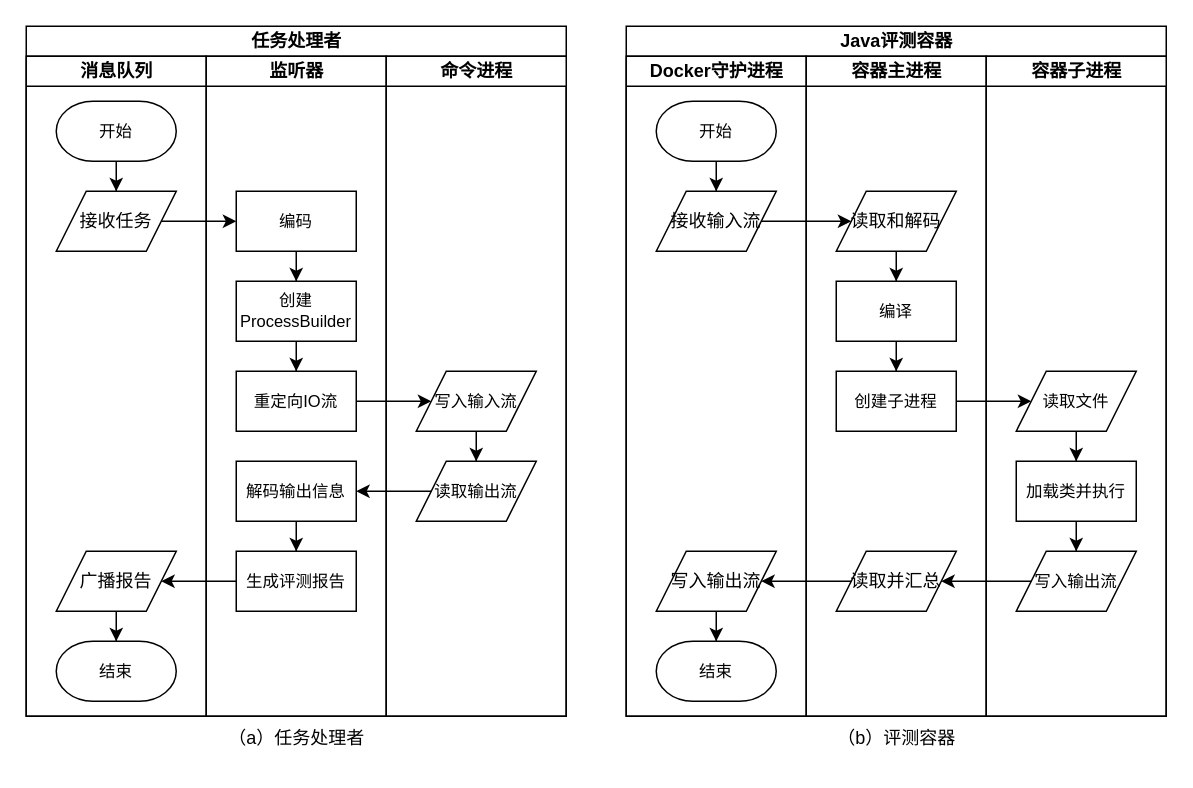
Above: page "第 5 页" (7 of 9) of 程序流程图.drawio in 2302680972/lighteny_diagrams (draw.io), before the change. Source tidied: cells renumbered, new cells numbered last; positions are measured from the earlier drawing's top-left corner, leaving out a move shared by most shapes. Both pictures are drawn from the tidied source at 150%, with x=0, y=0 at pixel (26, 26).
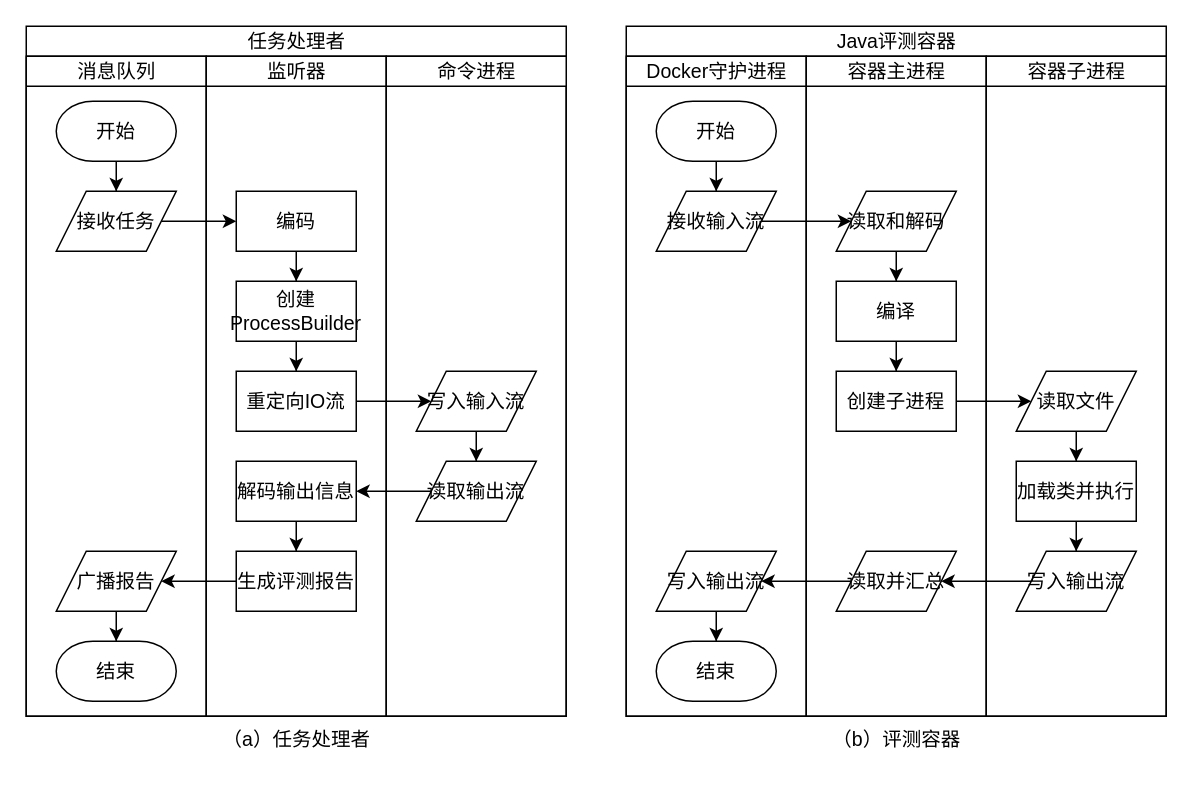
After the change.

Commit message (it also covers changes not shown here):
更新程序流程图.drawio

The edit, as a diff of the source:
```diff
@@
-    <mxCell id="2" value="任务处理者" style="swimlane;startSize=20;html=1;" parent="1" vertex="1">
+    <mxCell id="2" value="任务处理者" style="swimlane;startSize=20;html=1;fontFamily=宋体;fontSize=13;fontStyle=0;" parent="1" vertex="1">
       <mxGeometry width="360" height="460" as="geometry" />
     </mxCell>
-    <mxCell id="3" value="消息队列" style="swimlane;startSize=20;html=1;" parent="2" vertex="1">
+    <mxCell id="3" value="消息队列" style="swimlane;startSize=20;html=1;fontFamily=宋体;fontSize=13;fontStyle=0;" parent="2" vertex="1">
       <mxGeometry y="20" width="120" height="440" as="geometry" />
     </mxCell>
-    <mxCell id="4" style="edgeStyle=orthogonalEdgeStyle;rounded=0;jettySize=auto;html=1;" parent="3" edge="1" source="5" target="6">
+    <mxCell id="4" style="edgeStyle=orthogonalEdgeStyle;rounded=0;jettySize=auto;html=1;fontFamily=宋体;fontSize=13;fontStyle=0;" parent="3" edge="1" source="5" target="6">
       <mxGeometry relative="1" as="geometry" />
     </mxCell>
-    <mxCell id="5" value="开始" style="strokeWidth=1;html=1;shape=mxgraph.flowchart.terminator;whiteSpace=wrap;fontSize=11;" parent="3" vertex="1">
+    <mxCell id="5" value="开始" style="strokeWidth=1;html=1;shape=mxgraph.flowchart.terminator;whiteSpace=wrap;fontSize=13;fontFamily=宋体;fontStyle=0;" parent="3" vertex="1">
       <mxGeometry x="20" y="30" width="80" height="40" as="geometry" />
     </mxCell>
-    <mxCell id="6" value="接收任务" style="shape=parallelogram;perimeter=parallelogramPerimeter;whiteSpace=wrap;html=1;fixedSize=1;" parent="3" vertex="1">
+    <mxCell id="6" value="接收任务" style="shape=parallelogram;perimeter=parallelogramPerimeter;whiteSpace=wrap;html=1;fixedSize=1;fontFamily=宋体;fontSize=13;fontStyle=0;" parent="3" vertex="1">
       <mxGeometry x="20" y="90" width="80" height="40" as="geometry" />
     </mxCell>
-    <mxCell id="7" style="edgeStyle=orthogonalEdgeStyle;rounded=0;jettySize=auto;html=1;" parent="3" edge="1" source="8" target="9">
+    <mxCell id="7" style="edgeStyle=orthogonalEdgeStyle;rounded=0;jettySize=auto;html=1;fontFamily=宋体;fontSize=13;fontStyle=0;" parent="3" edge="1" source="8" target="9">
       <mxGeometry relative="1" as="geometry" />
     </mxCell>
-    <mxCell id="8" value="广播报告" style="shape=parallelogram;perimeter=parallelogramPerimeter;whiteSpace=wrap;html=1;fixedSize=1;" parent="3" vertex="1">
+    <mxCell id="8" value="广播报告" style="shape=parallelogram;perimeter=parallelogramPerimeter;whiteSpace=wrap;html=1;fixedSize=1;fontFamily=宋体;fontSize=13;fontStyle=0;" parent="3" vertex="1">
       <mxGeometry x="20" y="330" width="80" height="40" as="geometry" />
     </mxCell>
-    <mxCell id="9" value="结束" style="strokeWidth=1;html=1;shape=mxgraph.flowchart.terminator;whiteSpace=wrap;fontSize=11;" parent="3" vertex="1">
+    <mxCell id="9" value="结束" style="strokeWidth=1;html=1;shape=mxgraph.flowchart.terminator;whiteSpace=wrap;fontSize=13;fontFamily=宋体;fontStyle=0;" parent="3" vertex="1">
       <mxGeometry x="20" y="390" width="80" height="40" as="geometry" />
     </mxCell>
-    <mxCell id="10" value="监听器" style="swimlane;startSize=20;html=1;" parent="2" vertex="1">
+    <mxCell id="10" value="监听器" style="swimlane;startSize=20;html=1;fontFamily=宋体;fontSize=13;fontStyle=0;" parent="2" vertex="1">
       <mxGeometry x="120" y="20" width="120" height="440" as="geometry" />
     </mxCell>
-    <mxCell id="11" value="编码" style="rounded=0;whiteSpace=wrap;html=1;strokeWidth=1;fontSize=11;" parent="10" vertex="1">
+    <mxCell id="11" value="编码" style="rounded=0;whiteSpace=wrap;html=1;strokeWidth=1;fontSize=13;fontFamily=宋体;fontStyle=0;" parent="10" vertex="1">
       <mxGeometry x="20" y="90" width="80" height="40" as="geometry" />
     </mxCell>
-    <mxCell id="12" value="创建ProcessBuilder" style="rounded=0;whiteSpace=wrap;html=1;strokeWidth=1;fontSize=11;" parent="10" vertex="1">
+    <mxCell id="12" value="创建ProcessBuilder" style="rounded=0;whiteSpace=wrap;html=1;strokeWidth=1;fontSize=13;fontFamily=宋体;fontStyle=0;" parent="10" vertex="1">
       <mxGeometry x="20" y="150" width="80" height="40" as="geometry" />
     </mxCell>
-    <mxCell id="13" style="edgeStyle=orthogonalEdgeStyle;rounded=0;jettySize=auto;html=1;strokeWidth=1;fontSize=11;" parent="10" edge="1" source="11" target="12">
+    <mxCell id="13" style="edgeStyle=orthogonalEdgeStyle;rounded=0;jettySize=auto;html=1;strokeWidth=1;fontSize=13;fontFamily=宋体;fontStyle=0;" parent="10" edge="1" source="11" target="12">
       <mxGeometry relative="1" as="geometry" />
     </mxCell>
-    <mxCell id="14" value="重定向IO流" style="rounded=0;whiteSpace=wrap;html=1;strokeWidth=1;fontSize=11;" parent="10" vertex="1">
+    <mxCell id="14" value="重定向IO流" style="rounded=0;whiteSpace=wrap;html=1;strokeWidth=1;fontSize=13;fontFamily=宋体;fontStyle=0;" parent="10" vertex="1">
       <mxGeometry x="20" y="210" width="80" height="40" as="geometry" />
     </mxCell>
-    <mxCell id="15" style="edgeStyle=orthogonalEdgeStyle;rounded=0;jettySize=auto;html=1;strokeWidth=1;fontSize=11;" parent="10" edge="1" source="12" target="14">
+    <mxCell id="15" style="edgeStyle=orthogonalEdgeStyle;rounded=0;jettySize=auto;html=1;strokeWidth=1;fontSize=13;fontFamily=宋体;fontStyle=0;" parent="10" edge="1" source="12" target="14">
       <mxGeometry relative="1" as="geometry" />
     </mxCell>
-    <mxCell id="16" style="edgeStyle=orthogonalEdgeStyle;rounded=0;jettySize=auto;html=1;" parent="10" edge="1" source="17" target="18">
+    <mxCell id="16" style="edgeStyle=orthogonalEdgeStyle;rounded=0;jettySize=auto;html=1;fontFamily=宋体;fontSize=13;fontStyle=0;" parent="10" edge="1" source="17" target="18">
       <mxGeometry relative="1" as="geometry" />
     </mxCell>
-    <mxCell id="17" value="解码输出信息" style="rounded=0;whiteSpace=wrap;html=1;strokeWidth=1;fontSize=11;" parent="10" vertex="1">
+    <mxCell id="17" value="解码输出信息" style="rounded=0;whiteSpace=wrap;html=1;strokeWidth=1;fontSize=13;fontFamily=宋体;fontStyle=0;" parent="10" vertex="1">
       <mxGeometry x="20" y="270" width="80" height="40" as="geometry" />
     </mxCell>
-    <mxCell id="18" value="生成评测报告" style="rounded=0;whiteSpace=wrap;html=1;strokeWidth=1;fontSize=11;" parent="10" vertex="1">
+    <mxCell id="18" value="生成评测报告" style="rounded=0;whiteSpace=wrap;html=1;strokeWidth=1;fontSize=13;fontFamily=宋体;fontStyle=0;" parent="10" vertex="1">
       <mxGeometry x="20" y="330" width="80" height="40" as="geometry" />
     </mxCell>
-    <mxCell id="19" value="命令进程" style="swimlane;startSize=20;html=1;" parent="2" vertex="1">
+    <mxCell id="19" value="命令进程" style="swimlane;startSize=20;html=1;fontFamily=宋体;fontSize=13;fontStyle=0;" parent="2" vertex="1">
       <mxGeometry x="240" y="20" width="120" height="440" as="geometry" />
     </mxCell>
-    <mxCell id="20" style="edgeStyle=orthogonalEdgeStyle;rounded=0;jettySize=auto;html=1;" parent="19" edge="1" source="21" target="22">
+    <mxCell id="20" style="edgeStyle=orthogonalEdgeStyle;rounded=0;jettySize=auto;html=1;fontFamily=宋体;fontSize=13;fontStyle=0;" parent="19" edge="1" source="21" target="22">
       <mxGeometry relative="1" as="geometry" />
     </mxCell>
-    <mxCell id="21" value="写入输入流" style="shape=parallelogram;perimeter=parallelogramPerimeter;whiteSpace=wrap;html=1;fixedSize=1;strokeWidth=1;fontSize=11;" parent="19" vertex="1">
+    <mxCell id="21" value="写入输入流" style="shape=parallelogram;perimeter=parallelogramPerimeter;whiteSpace=wrap;html=1;fixedSize=1;strokeWidth=1;fontSize=13;fontFamily=宋体;fontStyle=0;" parent="19" vertex="1">
       <mxGeometry x="20" y="210" width="80" height="40" as="geometry" />
     </mxCell>
-    <mxCell id="22" value="读取输出流" style="shape=parallelogram;perimeter=parallelogramPerimeter;whiteSpace=wrap;html=1;fixedSize=1;strokeWidth=1;fontSize=11;" parent="19" vertex="1">
+    <mxCell id="22" value="读取输出流" style="shape=parallelogram;perimeter=parallelogramPerimeter;whiteSpace=wrap;html=1;fixedSize=1;strokeWidth=1;fontSize=13;fontFamily=宋体;fontStyle=0;" parent="19" vertex="1">
       <mxGeometry x="20" y="270" width="80" height="40" as="geometry" />
     </mxCell>
-    <mxCell id="23" style="edgeStyle=orthogonalEdgeStyle;rounded=0;jettySize=auto;html=1;strokeWidth=1;fontSize=11;" parent="2" edge="1" source="6" target="11">
+    <mxCell id="23" style="edgeStyle=orthogonalEdgeStyle;rounded=0;jettySize=auto;html=1;strokeWidth=1;fontSize=13;fontFamily=宋体;fontStyle=0;" parent="2" edge="1" source="6" target="11">
       <mxGeometry relative="1" as="geometry" />
     </mxCell>
-    <mxCell id="24" style="edgeStyle=orthogonalEdgeStyle;rounded=0;jettySize=auto;html=1;" parent="2" edge="1" source="14" target="21">
+    <mxCell id="24" style="edgeStyle=orthogonalEdgeStyle;rounded=0;jettySize=auto;html=1;fontFamily=宋体;fontSize=13;fontStyle=0;" parent="2" edge="1" source="14" target="21">
       <mxGeometry relative="1" as="geometry" />
     </mxCell>
-    <mxCell id="25" style="edgeStyle=orthogonalEdgeStyle;rounded=0;jettySize=auto;html=1;" parent="2" edge="1" source="22" target="17">
+    <mxCell id="25" style="edgeStyle=orthogonalEdgeStyle;rounded=0;jettySize=auto;html=1;fontFamily=宋体;fontSize=13;fontStyle=0;" parent="2" edge="1" source="22" target="17">
       <mxGeometry relative="1" as="geometry" />
     </mxCell>
-    <mxCell id="26" style="edgeStyle=orthogonalEdgeStyle;rounded=0;jettySize=auto;html=1;" parent="2" edge="1" source="18" target="8">
+    <mxCell id="26" style="edgeStyle=orthogonalEdgeStyle;rounded=0;jettySize=auto;html=1;fontFamily=宋体;fontSize=13;fontStyle=0;" parent="2" edge="1" source="18" target="8">
       <mxGeometry relative="1" as="geometry" />
     </mxCell>
-    <mxCell id="27" value="Java评测容器" style="swimlane;startSize=20;html=1;" parent="1" vertex="1">
+    <mxCell id="27" value="Java评测容器" style="swimlane;startSize=20;html=1;fontFamily=宋体;fontSize=13;fontStyle=0;" parent="1" vertex="1">
       <mxGeometry x="400" width="360" height="460" as="geometry" />
     </mxCell>
-    <mxCell id="28" value="Docker守护进程" style="swimlane;startSize=20;html=1;" parent="27" vertex="1">
+    <mxCell id="28" value="Docker守护进程" style="swimlane;startSize=20;html=1;fontFamily=宋体;fontSize=13;fontStyle=0;" parent="27" vertex="1">
       <mxGeometry y="20" width="120" height="440" as="geometry" />
     </mxCell>
-    <mxCell id="29" style="edgeStyle=orthogonalEdgeStyle;rounded=0;jettySize=auto;html=1;" parent="28" edge="1" source="30" target="31">
+    <mxCell id="29" style="edgeStyle=orthogonalEdgeStyle;rounded=0;jettySize=auto;html=1;fontFamily=宋体;fontSize=13;fontStyle=0;" parent="28" edge="1" source="30" target="31">
       <mxGeometry relative="1" as="geometry" />
     </mxCell>
-    <mxCell id="30" value="开始" style="strokeWidth=1;html=1;shape=mxgraph.flowchart.terminator;whiteSpace=wrap;fontSize=11;" parent="28" vertex="1">
+    <mxCell id="30" value="开始" style="strokeWidth=1;html=1;shape=mxgraph.flowchart.terminator;whiteSpace=wrap;fontSize=13;fontFamily=宋体;fontStyle=0;" parent="28" vertex="1">
       <mxGeometry x="20" y="30" width="80" height="40" as="geometry" />
     </mxCell>
-    <mxCell id="31" value="接收输入流" style="shape=parallelogram;perimeter=parallelogramPerimeter;whiteSpace=wrap;html=1;fixedSize=1;" parent="28" vertex="1">
+    <mxCell id="31" value="接收输入流" style="shape=parallelogram;perimeter=parallelogramPerimeter;whiteSpace=wrap;html=1;fixedSize=1;fontFamily=宋体;fontSize=13;fontStyle=0;" parent="28" vertex="1">
       <mxGeometry x="20" y="90" width="80" height="40" as="geometry" />
     </mxCell>
-    <mxCell id="32" style="edgeStyle=orthogonalEdgeStyle;rounded=0;jettySize=auto;html=1;" parent="28" edge="1" source="33" target="34">
+    <mxCell id="32" style="edgeStyle=orthogonalEdgeStyle;rounded=0;jettySize=auto;html=1;fontFamily=宋体;fontSize=13;fontStyle=0;" parent="28" edge="1" source="33" target="34">
       <mxGeometry relative="1" as="geometry" />
     </mxCell>
-    <mxCell id="33" value="写入输出流" style="shape=parallelogram;perimeter=parallelogramPerimeter;whiteSpace=wrap;html=1;fixedSize=1;" parent="28" vertex="1">
+    <mxCell id="33" value="写入输出流" style="shape=parallelogram;perimeter=parallelogramPerimeter;whiteSpace=wrap;html=1;fixedSize=1;fontFamily=宋体;fontSize=13;fontStyle=0;" parent="28" vertex="1">
       <mxGeometry x="20" y="330" width="80" height="40" as="geometry" />
     </mxCell>
-    <mxCell id="34" value="结束" style="strokeWidth=1;html=1;shape=mxgraph.flowchart.terminator;whiteSpace=wrap;fontSize=11;" parent="28" vertex="1">
+    <mxCell id="34" value="结束" style="strokeWidth=1;html=1;shape=mxgraph.flowchart.terminator;whiteSpace=wrap;fontSize=13;fontFamily=宋体;fontStyle=0;" parent="28" vertex="1">
       <mxGeometry x="20" y="390" width="80" height="40" as="geometry" />
     </mxCell>
-    <mxCell id="35" value="容器主进程" style="swimlane;startSize=20;html=1;" parent="27" vertex="1">
+    <mxCell id="35" value="容器主进程" style="swimlane;startSize=20;html=1;fontFamily=宋体;fontSize=13;fontStyle=0;" parent="27" vertex="1">
       <mxGeometry x="120" y="20" width="120" height="440" as="geometry" />
     </mxCell>
-    <mxCell id="36" value="编译" style="rounded=0;whiteSpace=wrap;html=1;strokeWidth=1;fontSize=11;" parent="35" vertex="1">
+    <mxCell id="36" value="编译" style="rounded=0;whiteSpace=wrap;html=1;strokeWidth=1;fontSize=13;fontFamily=宋体;fontStyle=0;" parent="35" vertex="1">
       <mxGeometry x="20" y="150" width="80" height="40" as="geometry" />
     </mxCell>
-    <mxCell id="37" value="创建子进程" style="rounded=0;whiteSpace=wrap;html=1;strokeWidth=1;fontSize=11;" parent="35" vertex="1">
+    <mxCell id="37" value="创建子进程" style="rounded=0;whiteSpace=wrap;html=1;strokeWidth=1;fontSize=13;fontFamily=宋体;fontStyle=0;" parent="35" vertex="1">
       <mxGeometry x="20" y="210" width="80" height="40" as="geometry" />
     </mxCell>
-    <mxCell id="38" style="edgeStyle=orthogonalEdgeStyle;rounded=0;jettySize=auto;html=1;strokeWidth=1;fontSize=11;" parent="35" edge="1" source="36" target="37">
+    <mxCell id="38" style="edgeStyle=orthogonalEdgeStyle;rounded=0;jettySize=auto;html=1;strokeWidth=1;fontSize=13;fontFamily=宋体;fontStyle=0;" parent="35" edge="1" source="36" target="37">
       <mxGeometry relative="1" as="geometry" />
     </mxCell>
-    <mxCell id="39" style="edgeStyle=orthogonalEdgeStyle;rounded=0;jettySize=auto;html=1;" parent="35" edge="1" source="40" target="36">
+    <mxCell id="39" style="edgeStyle=orthogonalEdgeStyle;rounded=0;jettySize=auto;html=1;fontFamily=宋体;fontSize=13;fontStyle=0;" parent="35" edge="1" source="40" target="36">
       <mxGeometry relative="1" as="geometry" />
     </mxCell>
-    <mxCell id="40" value="读取和解码" style="shape=parallelogram;perimeter=parallelogramPerimeter;whiteSpace=wrap;html=1;fixedSize=1;" parent="35" vertex="1">
+    <mxCell id="40" value="读取和解码" style="shape=parallelogram;perimeter=parallelogramPerimeter;whiteSpace=wrap;html=1;fixedSize=1;fontFamily=宋体;fontSize=13;fontStyle=0;" parent="35" vertex="1">
       <mxGeometry x="20" y="90" width="80" height="40" as="geometry" />
     </mxCell>
-    <mxCell id="41" value="读取并汇总" style="shape=parallelogram;perimeter=parallelogramPerimeter;whiteSpace=wrap;html=1;fixedSize=1;" parent="35" vertex="1">
+    <mxCell id="41" value="读取并汇总" style="shape=parallelogram;perimeter=parallelogramPerimeter;whiteSpace=wrap;html=1;fixedSize=1;fontFamily=宋体;fontSize=13;fontStyle=0;" parent="35" vertex="1">
       <mxGeometry x="20" y="330" width="80" height="40" as="geometry" />
     </mxCell>
-    <mxCell id="42" value="容器子进程" style="swimlane;startSize=20;html=1;" parent="27" vertex="1">
+    <mxCell id="42" value="容器子进程" style="swimlane;startSize=20;html=1;fontFamily=宋体;fontSize=13;fontStyle=0;" parent="27" vertex="1">
       <mxGeometry x="240" y="20" width="120" height="440" as="geometry" />
     </mxCell>
-    <mxCell id="43" style="edgeStyle=orthogonalEdgeStyle;rounded=0;jettySize=auto;html=1;" parent="42" edge="1" source="44" target="47">
+    <mxCell id="43" style="edgeStyle=orthogonalEdgeStyle;rounded=0;jettySize=auto;html=1;fontFamily=宋体;fontSize=13;fontStyle=0;" parent="42" edge="1" source="44" target="47">
       <mxGeometry relative="1" as="geometry" />
     </mxCell>
-    <mxCell id="44" value="读取文件" style="shape=parallelogram;perimeter=parallelogramPerimeter;whiteSpace=wrap;html=1;fixedSize=1;strokeWidth=1;fontSize=11;" parent="42" vertex="1">
+    <mxCell id="44" value="读取文件" style="shape=parallelogram;perimeter=parallelogramPerimeter;whiteSpace=wrap;html=1;fixedSize=1;strokeWidth=1;fontSize=13;fontFamily=宋体;fontStyle=0;" parent="42" vertex="1">
       <mxGeometry x="20" y="210" width="80" height="40" as="geometry" />
     </mxCell>
-    <mxCell id="45" value="写入输出流" style="shape=parallelogram;perimeter=parallelogramPerimeter;whiteSpace=wrap;html=1;fixedSize=1;strokeWidth=1;fontSize=11;" parent="42" vertex="1">
+    <mxCell id="45" value="写入输出流" style="shape=parallelogram;perimeter=parallelogramPerimeter;whiteSpace=wrap;html=1;fixedSize=1;strokeWidth=1;fontSize=13;fontFamily=宋体;fontStyle=0;" parent="42" vertex="1">
       <mxGeometry x="20" y="330" width="80" height="40" as="geometry" />
     </mxCell>
-    <mxCell id="46" style="edgeStyle=orthogonalEdgeStyle;rounded=0;jettySize=auto;html=1;" parent="42" edge="1" source="47" target="45">
+    <mxCell id="46" style="edgeStyle=orthogonalEdgeStyle;rounded=0;jettySize=auto;html=1;fontFamily=宋体;fontSize=13;fontStyle=0;" parent="42" edge="1" source="47" target="45">
       <mxGeometry relative="1" as="geometry" />
     </mxCell>
-    <mxCell id="47" value="加载类并执行" style="rounded=0;whiteSpace=wrap;html=1;strokeWidth=1;fontSize=11;" parent="42" vertex="1">
+    <mxCell id="47" value="加载类并执行" style="rounded=0;whiteSpace=wrap;html=1;strokeWidth=1;fontSize=13;fontFamily=宋体;fontStyle=0;" parent="42" vertex="1">
       <mxGeometry x="20" y="270" width="80" height="40" as="geometry" />
     </mxCell>
-    <mxCell id="48" style="edgeStyle=orthogonalEdgeStyle;rounded=0;jettySize=auto;html=1;" parent="27" edge="1" source="37" target="44">
+    <mxCell id="48" style="edgeStyle=orthogonalEdgeStyle;rounded=0;jettySize=auto;html=1;fontFamily=宋体;fontSize=13;fontStyle=0;" parent="27" edge="1" source="37" target="44">
       <mxGeometry relative="1" as="geometry" />
     </mxCell>
-    <mxCell id="49" style="edgeStyle=orthogonalEdgeStyle;rounded=0;jettySize=auto;html=1;" parent="27" edge="1" source="31" target="40">
+    <mxCell id="49" style="edgeStyle=orthogonalEdgeStyle;rounded=0;jettySize=auto;html=1;fontFamily=宋体;fontSize=13;fontStyle=0;" parent="27" edge="1" source="31" target="40">
       <mxGeometry relative="1" as="geometry" />
     </mxCell>
-    <mxCell id="50" style="edgeStyle=orthogonalEdgeStyle;rounded=0;jettySize=auto;html=1;" parent="27" edge="1" source="45" target="41">
+    <mxCell id="50" style="edgeStyle=orthogonalEdgeStyle;rounded=0;jettySize=auto;html=1;fontFamily=宋体;fontSize=13;fontStyle=0;" parent="27" edge="1" source="45" target="41">
       <mxGeometry relative="1" as="geometry" />
     </mxCell>
-    <mxCell id="51" style="edgeStyle=orthogonalEdgeStyle;rounded=0;jettySize=auto;html=1;" parent="27" edge="1" source="41" target="33">
+    <mxCell id="51" style="edgeStyle=orthogonalEdgeStyle;rounded=0;jettySize=auto;html=1;fontFamily=宋体;fontSize=13;fontStyle=0;" parent="27" edge="1" source="41" target="33">
       <mxGeometry relative="1" as="geometry" />
     </mxCell>
-    <mxCell id="52" value="（a）任务处理者" style="text;html=1;align=center;verticalAlign=middle;strokeColor=none;fillColor=none;" parent="1" vertex="1">
-      <mxGeometry x="125" y="460" width="110" height="30" as="geometry" />
+    <mxCell id="52" value="（a）任务处理者" style="text;html=1;align=center;verticalAlign=middle;strokeColor=none;fillColor=none;fontFamily=宋体;fontSize=13;fontStyle=0;" parent="1" vertex="1">
+      <mxGeometry x="120" y="460" width="120" height="30" as="geometry" />
     </mxCell>
-    <mxCell id="53" value="（b）评测容器" style="text;html=1;align=center;verticalAlign=middle;strokeColor=none;fillColor=none;" parent="1" vertex="1">
-      <mxGeometry x="530" y="460" width="100" height="30" as="geometry" />
+    <mxCell id="53" value="（b）评测容器" style="text;html=1;align=center;verticalAlign=middle;strokeColor=none;fillColor=none;fontFamily=宋体;fontSize=13;fontStyle=0;" parent="1" vertex="1">
+      <mxGeometry x="525" y="460" width="110" height="30" as="geometry" />
     </mxCell>
```
